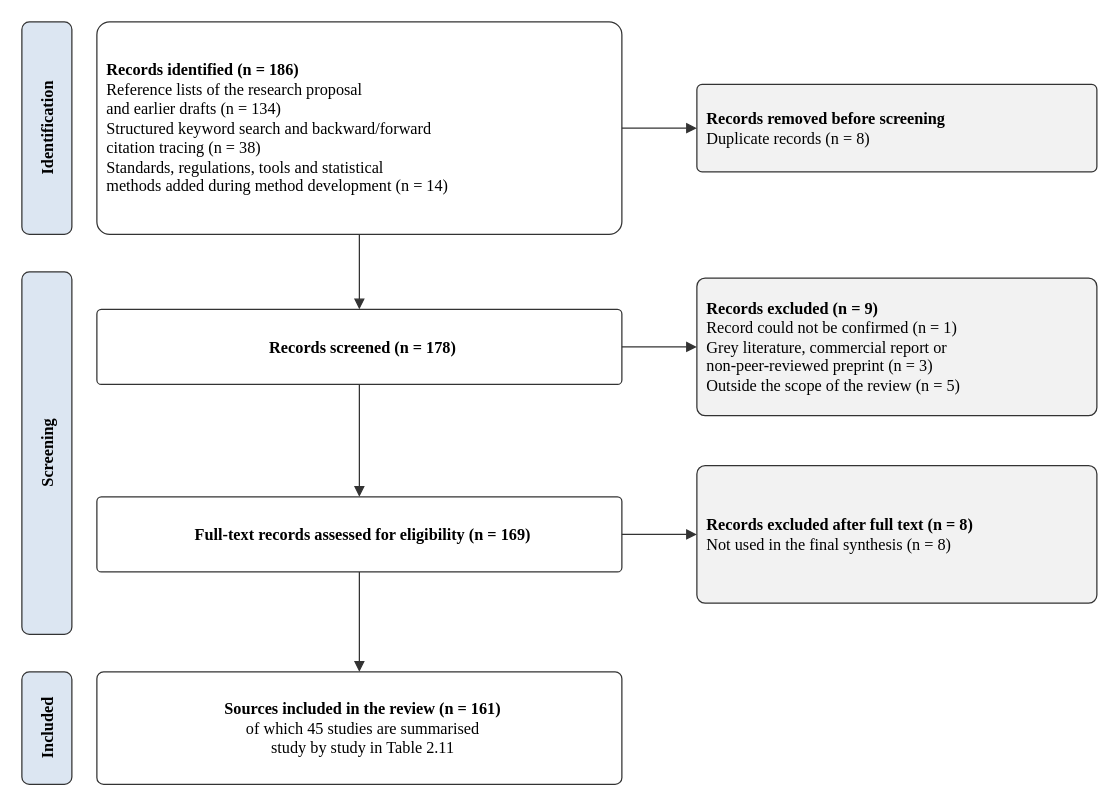
The draw.io diagram figures/fig2_1_prisma.drawio in RukhDaud/saai-quantum-thesis, before the edit. Source tidied: cells renumbered, new cells numbered last; positions are measured from the earlier drawing's top-left corner, leaving out a move shared by most shapes. Both pictures are drawn from the tidied source at 125%, with x=0, y=0 at pixel (21, 21).
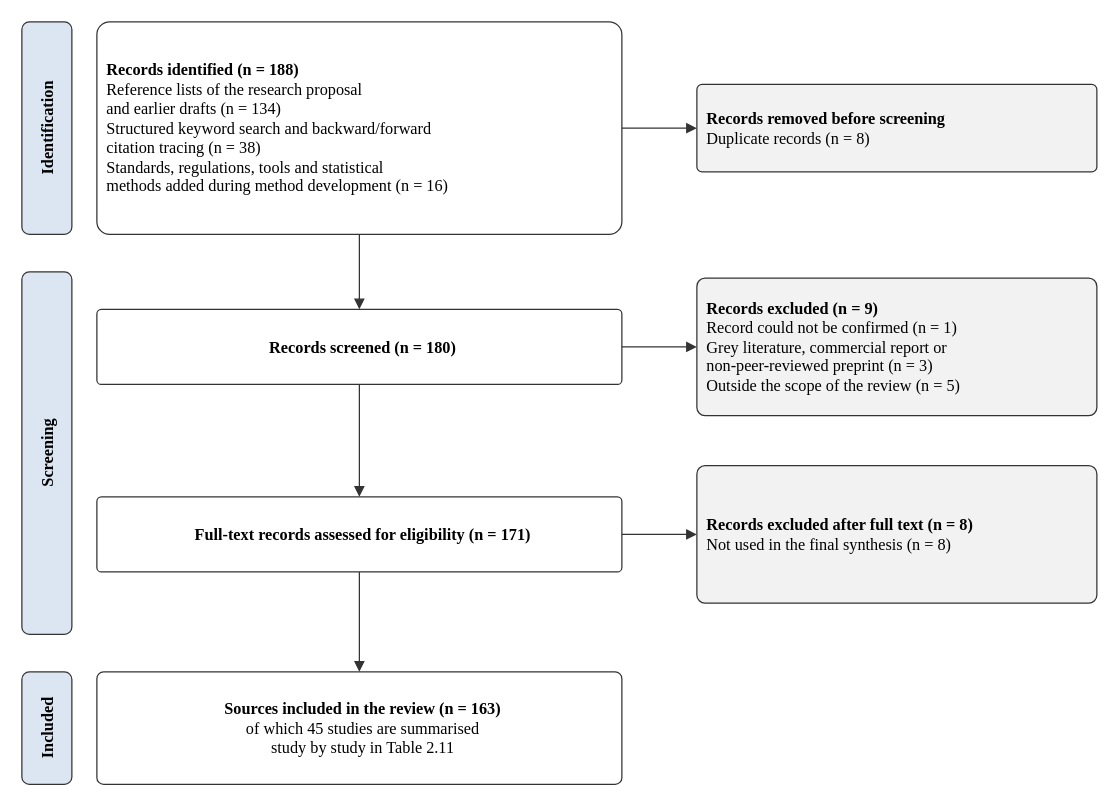
The same diagram, later.

Commit message (it also covers changes not shown here):
Worked QUBO example, corpus statistics fix (Annex II/III), updated condition-library representations, PRISMA counts

Diff of the diagram source:
```diff
@@
 <mxGraphModel>
   <root>
     <mxCell id="0" />
     <mxCell id="1" parent="0" />
     <mxCell id="2" value="&lt;b&gt;Identification&lt;/b&gt;" style="rounded=1;whiteSpace=wrap;html=1;fillColor=#DCE6F2;strokeColor=#333333;fontFamily=Times New Roman;fontSize=13;horizontal=0;" parent="1" vertex="1">
       <mxGeometry width="40" height="170" as="geometry" />
     </mxCell>
     <mxCell id="3" value="&lt;b&gt;Screening&lt;/b&gt;" style="rounded=1;whiteSpace=wrap;html=1;fillColor=#DCE6F2;strokeColor=#333333;fontFamily=Times New Roman;fontSize=13;horizontal=0;" parent="1" vertex="1">
       <mxGeometry y="200" width="40" height="290" as="geometry" />
     </mxCell>
     <mxCell id="4" value="&lt;b&gt;Included&lt;/b&gt;" style="rounded=1;whiteSpace=wrap;html=1;fillColor=#DCE6F2;strokeColor=#333333;fontFamily=Times New Roman;fontSize=13;horizontal=0;" parent="1" vertex="1">
       <mxGeometry y="520" width="40" height="90" as="geometry" />
     </mxCell>
-    <mxCell id="5" value="&lt;b&gt;Records identified (n = 186)&lt;/b&gt;&lt;br&gt;Reference lists of the research proposal&lt;br&gt;and earlier drafts (n = 134)&lt;br&gt;Structured keyword search and backward/forward&lt;br&gt;citation tracing (n = 38)&lt;br&gt;Standards, regulations, tools and statistical&lt;br&gt;methods added during method development (n = 14)" style="rounded=1;whiteSpace=wrap;html=1;fillColor=#FFFFFF;strokeColor=#333333;fontFamily=Times New Roman;fontSize=13;align=left;spacingLeft=6;arcSize=6;" parent="1" vertex="1">
+    <mxCell id="5" value="&lt;b&gt;Records identified (n = 188)&lt;/b&gt;&lt;br&gt;Reference lists of the research proposal&lt;br&gt;and earlier drafts (n = 134)&lt;br&gt;Structured keyword search and backward/forward&lt;br&gt;citation tracing (n = 38)&lt;br&gt;Standards, regulations, tools and statistical&lt;br&gt;methods added during method development (n = 16)" style="rounded=1;whiteSpace=wrap;html=1;fillColor=#FFFFFF;strokeColor=#333333;fontFamily=Times New Roman;fontSize=13;align=left;spacingLeft=6;arcSize=6;" parent="1" vertex="1">
       <mxGeometry x="60" width="420" height="170" as="geometry" />
     </mxCell>
     <mxCell id="6" value="&lt;b&gt;Records removed before screening&lt;/b&gt;&lt;br&gt;Duplicate records (n = 8)" style="rounded=1;whiteSpace=wrap;html=1;fillColor=#F2F2F2;strokeColor=#333333;fontFamily=Times New Roman;fontSize=13;align=left;spacingLeft=6;arcSize=6;" parent="1" vertex="1">
       <mxGeometry x="540" y="50" width="320" height="70" as="geometry" />
     </mxCell>
-    <mxCell id="7" value="&lt;b&gt;Records screened (n = 178)&lt;/b&gt;" style="rounded=1;whiteSpace=wrap;html=1;fillColor=#FFFFFF;strokeColor=#333333;fontFamily=Times New Roman;fontSize=13;align=center;spacingLeft=6;arcSize=6;" parent="1" vertex="1">
+    <mxCell id="7" value="&lt;b&gt;Records screened (n = 180)&lt;/b&gt;" style="rounded=1;whiteSpace=wrap;html=1;fillColor=#FFFFFF;strokeColor=#333333;fontFamily=Times New Roman;fontSize=13;align=center;spacingLeft=6;arcSize=6;" parent="1" vertex="1">
       <mxGeometry x="60" y="230" width="420" height="60" as="geometry" />
     </mxCell>
     <mxCell id="8" value="&lt;b&gt;Records excluded (n = 9)&lt;/b&gt;&lt;br&gt;Record could not be confirmed (n = 1)&lt;br&gt;Grey literature, commercial report or&lt;br&gt;non-peer-reviewed preprint (n = 3)&lt;br&gt;Outside the scope of the review (n = 5)" style="rounded=1;whiteSpace=wrap;html=1;fillColor=#F2F2F2;strokeColor=#333333;fontFamily=Times New Roman;fontSize=13;align=left;spacingLeft=6;arcSize=6;" parent="1" vertex="1">
       <mxGeometry x="540" y="205" width="320" height="110" as="geometry" />
     </mxCell>
-    <mxCell id="9" value="&lt;b&gt;Full-text records assessed for eligibility (n = 169)&lt;/b&gt;" style="rounded=1;whiteSpace=wrap;html=1;fillColor=#FFFFFF;strokeColor=#333333;fontFamily=Times New Roman;fontSize=13;align=center;spacingLeft=6;arcSize=6;" parent="1" vertex="1">
+    <mxCell id="9" value="&lt;b&gt;Full-text records assessed for eligibility (n = 171)&lt;/b&gt;" style="rounded=1;whiteSpace=wrap;html=1;fillColor=#FFFFFF;strokeColor=#333333;fontFamily=Times New Roman;fontSize=13;align=center;spacingLeft=6;arcSize=6;" parent="1" vertex="1">
       <mxGeometry x="60" y="380" width="420" height="60" as="geometry" />
     </mxCell>
     <mxCell id="10" value="&lt;b&gt;Records excluded after full text (n = 8)&lt;/b&gt;&lt;br&gt;Not used in the final synthesis (n = 8)" style="rounded=1;whiteSpace=wrap;html=1;fillColor=#F2F2F2;strokeColor=#333333;fontFamily=Times New Roman;fontSize=13;align=left;spacingLeft=6;arcSize=6;" parent="1" vertex="1">
       <mxGeometry x="540" y="355" width="320" height="110" as="geometry" />
     </mxCell>
-    <mxCell id="11" value="&lt;b&gt;Sources included in the review (n = 161)&lt;/b&gt;&lt;br&gt;of which 45 studies are summarised&lt;br&gt;study by study in Table 2.11" style="rounded=1;whiteSpace=wrap;html=1;fillColor=#FFFFFF;strokeColor=#333333;fontFamily=Times New Roman;fontSize=13;align=center;spacingLeft=6;arcSize=6;" parent="1" vertex="1">
+    <mxCell id="11" value="&lt;b&gt;Sources included in the review (n = 163)&lt;/b&gt;&lt;br&gt;of which 45 studies are summarised&lt;br&gt;study by study in Table 2.11" style="rounded=1;whiteSpace=wrap;html=1;fillColor=#FFFFFF;strokeColor=#333333;fontFamily=Times New Roman;fontSize=13;align=center;spacingLeft=6;arcSize=6;" parent="1" vertex="1">
       <mxGeometry x="60" y="520" width="420" height="90" as="geometry" />
     </mxCell>
     <mxCell id="12" style="edgeStyle=orthogonalEdgeStyle;rounded=0;html=1;endArrow=block;endFill=1;strokeColor=#333333;exitX=0.5;exitY=1;entryX=0.5;entryY=0;fontFamily=Times New Roman;fontSize=11;fontStyle=2;" parent="1" edge="1" source="5" target="7">
       <mxGeometry relative="1" as="geometry" />
     </mxCell>
     <mxCell id="13" style="edgeStyle=orthogonalEdgeStyle;rounded=0;html=1;endArrow=block;endFill=1;strokeColor=#333333;exitX=1;exitY=0.5;entryX=0;entryY=0.5;fontFamily=Times New Roman;fontSize=11;fontStyle=2;" parent="1" edge="1" source="5" target="6">
       <mxGeometry relative="1" as="geometry" />
     </mxCell>
     <mxCell id="14" style="edgeStyle=orthogonalEdgeStyle;rounded=0;html=1;endArrow=block;endFill=1;strokeColor=#333333;exitX=0.5;exitY=1;entryX=0.5;entryY=0;fontFamily=Times New Roman;fontSize=11;fontStyle=2;" parent="1" edge="1" source="7" target="9">
       <mxGeometry relative="1" as="geometry" />
     </mxCell>
     <mxCell id="15" style="edgeStyle=orthogonalEdgeStyle;rounded=0;html=1;endArrow=block;endFill=1;strokeColor=#333333;exitX=1;exitY=0.5;entryX=0;entryY=0.5;fontFamily=Times New Roman;fontSize=11;fontStyle=2;" parent="1" edge="1" source="7" target="8">
       <mxGeometry relative="1" as="geometry" />
     </mxCell>
     <mxCell id="16" style="edgeStyle=orthogonalEdgeStyle;rounded=0;html=1;endArrow=block;endFill=1;strokeColor=#333333;exitX=0.5;exitY=1;entryX=0.5;entryY=0;fontFamily=Times New Roman;fontSize=11;fontStyle=2;" parent="1" edge="1" source="9" target="11">
       <mxGeometry relative="1" as="geometry" />
     </mxCell>
     <mxCell id="17" style="edgeStyle=orthogonalEdgeStyle;rounded=0;html=1;endArrow=block;endFill=1;strokeColor=#333333;exitX=1;exitY=0.5;entryX=0;entryY=0.5;fontFamily=Times New Roman;fontSize=11;fontStyle=2;" parent="1" edge="1" source="9" target="10">
       <mxGeometry relative="1" as="geometry" />
     </mxCell>
   </root>
 </mxGraphModel>
```
